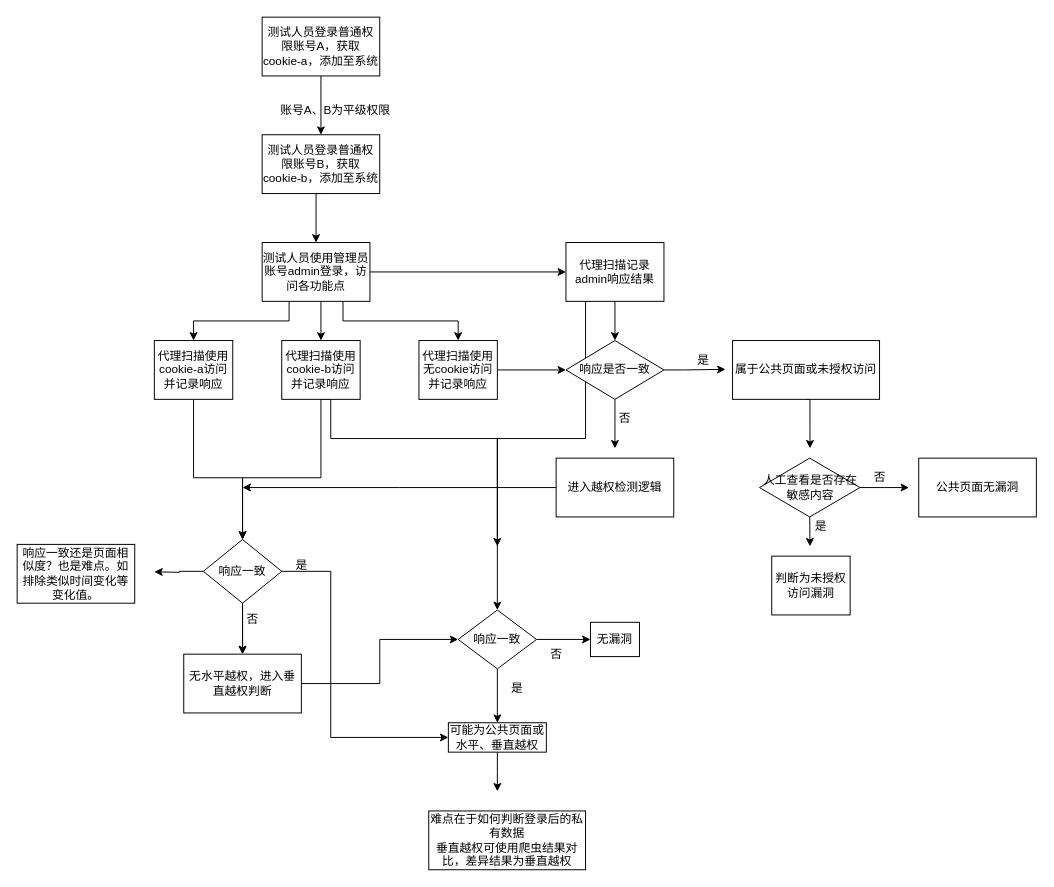
The draw.io diagram page "第 1 页" (1 of 2) of 越权、未授权访问流程图.drawio in grayes/draw.io, before the edit. Source tidied: cells renumbered, new cells numbered last; positions are measured from the earlier drawing's top-left corner, leaving out a move shared by most shapes. Both pictures are drawn from the tidied source at 98%, with x=0, y=0 at pixel (17, 17).
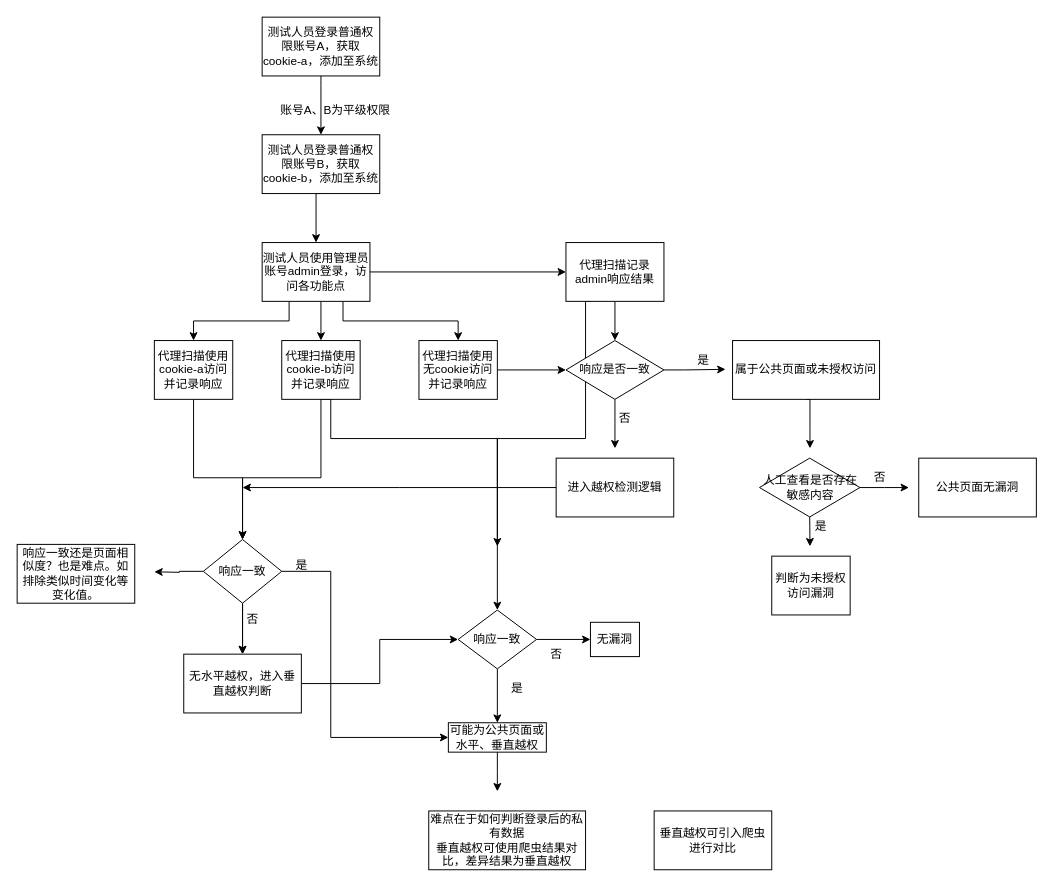
The same diagram, later.

Commit message:
更新越权、未授权访问流程图.drawio

Diff of the diagram source:
```diff
@@
+    <mxCell id="57" value="垂直越权可引入爬虫进行对比" style="rounded=0;whiteSpace=wrap;html=1;" parent="1" vertex="1">
+      <mxGeometry x="650" y="810" width="120" height="60" as="geometry" />
+    </mxCell>
```
